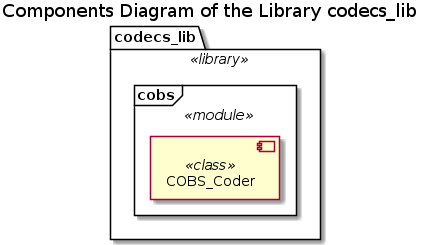
FooBarShebang/codecs_lib keeps this PlantUML diagram as Documentation/UML/codecs_lib_components.png. Above is the earlier version. Source of this version:
```plantuml
@startuml codecs_lib_components

!if %not(%variable_exists("$COMPONENTS"))
    !include ./Templates/Components2.cuml
!endif

title Components Diagram of the Library codecs_lib

$library(codecs_lib) {
    !if $is_not_defined("$COBS_MODULE")
        !include ./cobs/cobs_components.iuml
    !endif
}

@enduml
```
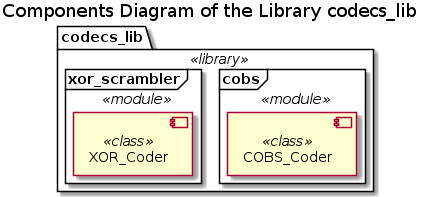
The same file after the commit.

The edit, as a diff of the source:
```diff
@@ -10,6 +10,10 @@
     !if $is_not_defined("$COBS_MODULE")
         !include ./cobs/cobs_components.iuml
     !endif
+
+    !if $is_not_defined("$XOR_MODULE")
+        !include ./xor_scrambler/xor_scrambler_components.iuml
+    !endif
 }
 
 @enduml
```
